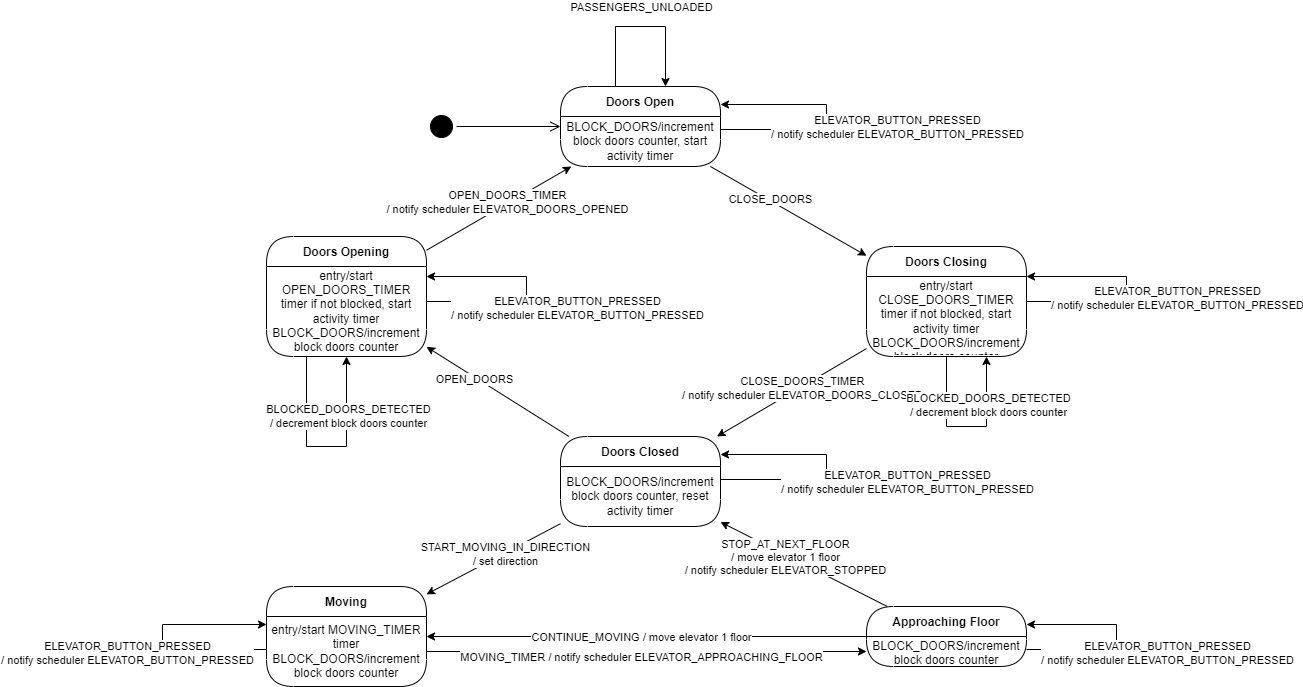
Before: UML_Diagrams/UML_State_Diagram-Elevator.drawio.png, a diagram exported from draw.io (robsim378/sysc_3303_project). Source tidied: cells renumbered, new cells last; positions are measured from the earlier drawing's top-left corner, leaving out a move shared by most shapes.
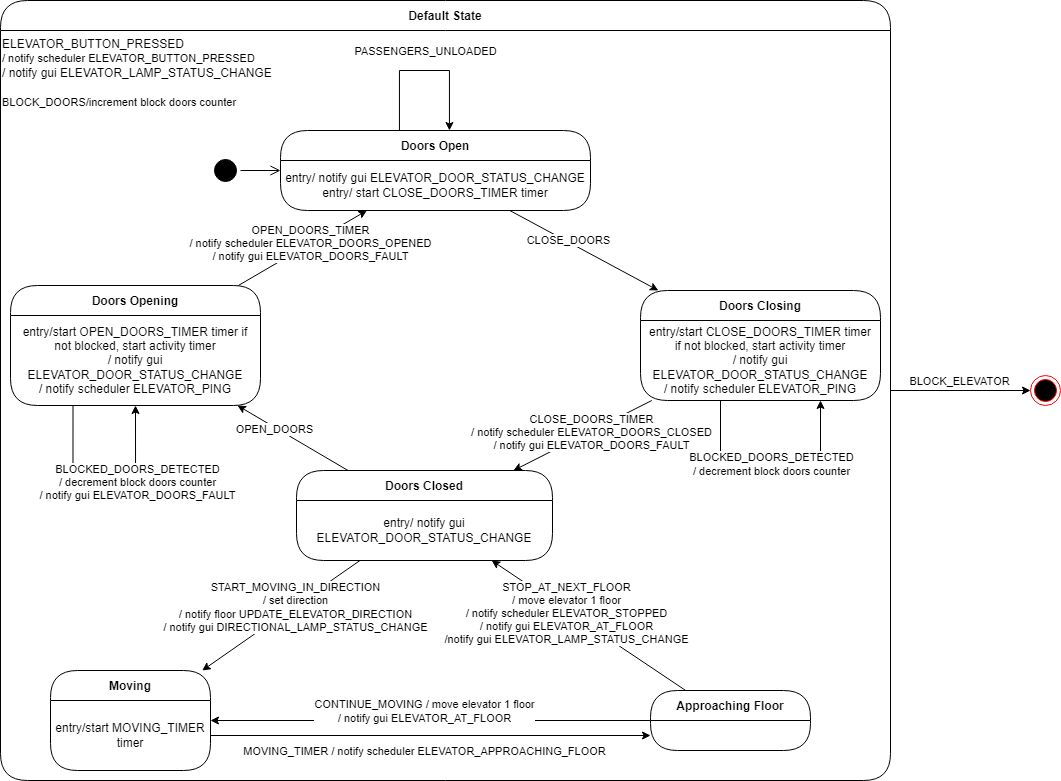
The same diagram one commit later.

Change to the diagram source:
```diff
@@ -2,6 +2,20 @@
   <root>
     <mxCell id="0" />
     <mxCell id="1" parent="0" />
+    <mxCell id="50" value="Default State" style="swimlane;fontStyle=1;align=center;verticalAlign=middle;horizontal=1;startSize=30;fontColor=#000000;rounded=1;arcSize=30;strokeColor=#000000;fillColor=#FFFFFF;swimlaneFillColor=#FFFFFF;" parent="1" vertex="1">
+      <mxGeometry x="54" y="-70" width="890" height="780" as="geometry" />
+    </mxCell>
+    <mxCell id="51" value="ELEVATOR_BUTTON_PRESSED&lt;br style=&quot;border-color: var(--border-color); font-size: 11px; text-align: center;&quot;&gt;&lt;span style=&quot;font-size: 11px; text-align: center; background-color: rgb(255, 255, 255);&quot;&gt;/ notify scheduler ELEVATOR_BUTTON_PRESSED&lt;/span&gt;&lt;br style=&quot;border-color: var(--border-color); font-size: 11px; text-align: center;&quot;&gt;/ notify gui ELEVATOR_LAMP_STATUS_CHANGE&lt;br&gt;&lt;br&gt;&lt;span style=&quot;font-size: 11px; text-align: center; background-color: rgb(255, 255, 255);&quot;&gt;BLOCK_DOORS/increment block doors counter&lt;/span&gt;&lt;span style=&quot;font-size: 11px; text-align: center; background-color: rgb(255, 255, 255);&quot;&gt;&lt;br&gt;&lt;/span&gt;" style="text;html=1;strokeColor=none;fillColor=none;align=left;verticalAlign=top;whiteSpace=wrap;rounded=0;" parent="1" vertex="1">
+      <mxGeometry x="54" y="-40" width="890" height="750" as="geometry" />
+    </mxCell>
+    <mxCell id="52" style="edgeStyle=orthogonalEdgeStyle;rounded=0;jettySize=auto;html=1;" parent="1" edge="1" source="50" target="54">
+      <mxGeometry relative="1" as="geometry" />
+    </mxCell>
+    <mxCell id="53" value="BLOCK_ELEVATOR" style="edgeLabel;html=1;align=center;verticalAlign=middle;" parent="52" vertex="1">
+      <mxGeometry x="-0.26" relative="1" as="geometry">
+        <mxPoint x="17" y="-10" as="offset" />
+      </mxGeometry>
+    </mxCell>
     <mxCell id="2" style="edgeStyle=none;rounded=0;jettySize=auto;html=1;" parent="1" edge="1" source="4" target="14">
       <mxGeometry relative="1" as="geometry" />
     </mxCell>
@@ -9,22 +23,22 @@
       <mxGeometry x="-0.24" y="2" relative="1" as="geometry" />
     </mxCell>
     <mxCell id="4" value="Doors Open" style="swimlane;fontStyle=1;align=center;verticalAlign=middle;horizontal=1;startSize=30;fontColor=#000000;rounded=1;arcSize=30;strokeColor=#000000;fillColor=#FFFFFF;swimlaneFillColor=#FFFFFF;" parent="1" vertex="1">
-      <mxGeometry x="398" y="60" width="160" height="80" as="geometry" />
+      <mxGeometry x="334" y="60" width="310" height="80" as="geometry" />
     </mxCell>
-    <mxCell id="5" value="BLOCK_DOORS/increment block doors counter, start activity timer" style="text;html=1;strokeColor=none;fillColor=none;align=center;verticalAlign=middle;spacingLeft=4;spacingRight=4;whiteSpace=wrap;overflow=hidden;fontColor=#000000;" parent="4" vertex="1">
-      <mxGeometry y="30" width="160" height="50" as="geometry" />
+    <mxCell id="5" value="entry/ notify gui ELEVATOR_DOOR_STATUS_CHANGE&lt;br&gt;entry/ start CLOSE_DOORS_TIMER timer" style="text;html=1;strokeColor=none;fillColor=none;align=center;verticalAlign=middle;spacingLeft=4;spacingRight=4;whiteSpace=wrap;overflow=hidden;fontColor=#000000;" parent="4" vertex="1">
+      <mxGeometry y="30" width="310" height="50" as="geometry" />
     </mxCell>
     <mxCell id="6" style="edgeStyle=none;rounded=0;jettySize=auto;html=1;" parent="1" edge="1" source="8" target="4">
       <mxGeometry relative="1" as="geometry" />
     </mxCell>
-    <mxCell id="7" value="OPEN_DOORS_TIMER&lt;br&gt;/ notify scheduler ELEVATOR_DOORS_OPENED" style="edgeLabel;html=1;align=center;verticalAlign=middle;" parent="6" vertex="1">
+    <mxCell id="7" value="OPEN_DOORS_TIMER&lt;br&gt;/ notify scheduler ELEVATOR_DOORS_OPENED&lt;br&gt;/ notify gui ELEVATOR_DOORS_FAULT" style="edgeLabel;html=1;align=center;verticalAlign=middle;" parent="6" vertex="1">
       <mxGeometry x="0.12" y="1" relative="1" as="geometry" />
     </mxCell>
     <mxCell id="8" value="Doors Opening" style="swimlane;fontStyle=1;align=center;verticalAlign=middle;horizontal=1;startSize=30;fontColor=#000000;rounded=1;arcSize=30;strokeColor=#000000;fillColor=#FFFFFF;swimlaneFillColor=#FFFFFF;" parent="1" vertex="1">
-      <mxGeometry x="104" y="210" width="160" height="120" as="geometry" />
+      <mxGeometry x="64" y="215" width="250" height="120" as="geometry" />
     </mxCell>
-    <mxCell id="9" value="entry/start OPEN_DOORS_TIMER timer if not blocked, start activity timer&lt;br&gt;BLOCK_DOORS/increment block doors counter" style="text;html=1;strokeColor=none;fillColor=none;align=center;verticalAlign=middle;spacingLeft=4;spacingRight=4;whiteSpace=wrap;overflow=hidden;fontColor=#000000;" parent="8" vertex="1">
-      <mxGeometry y="30" width="160" height="90" as="geometry" />
+    <mxCell id="9" value="entry/start OPEN_DOORS_TIMER timer if not blocked, start activity timer&lt;br&gt;/ notify gui ELEVATOR_DOOR_STATUS_CHANGE&lt;br&gt;/ notify scheduler ELEVATOR_PING" style="text;html=1;strokeColor=none;fillColor=none;align=center;verticalAlign=middle;spacingLeft=4;spacingRight=4;whiteSpace=wrap;overflow=hidden;fontColor=#000000;" parent="8" vertex="1">
+      <mxGeometry y="30" width="250" height="90" as="geometry" />
     </mxCell>
     <mxCell id="10" style="edgeStyle=orthogonalEdgeStyle;rounded=0;orthogonalLoop=1;jettySize=auto;html=1;entryX=0.5;entryY=1;entryDx=0;entryDy=0;exitX=0.25;exitY=1;exitDx=0;exitDy=0;" parent="8" edge="1" source="9" target="9">
       <mxGeometry relative="1" as="geometry">
@@ -34,36 +48,38 @@
         </Array>
       </mxGeometry>
     </mxCell>
-    <mxCell id="11" value="BLOCKED_DOORS_DETECTED&lt;br&gt;/ decrement block doors counter" style="edgeLabel;html=1;align=center;verticalAlign=middle;" parent="10" vertex="1">
+    <mxCell id="11" value="BLOCKED_DOORS_DETECTED&lt;br&gt;/ decrement block doors counter&lt;br&gt;/ notify gui ELEVATOR_DOORS_FAULT" style="edgeLabel;html=1;align=center;verticalAlign=middle;" parent="10" vertex="1">
       <mxGeometry x="0.47" y="-1" relative="1" as="geometry" />
     </mxCell>
     <mxCell id="12" style="edgeStyle=none;rounded=0;jettySize=auto;html=1;" parent="1" edge="1" source="14" target="22">
       <mxGeometry relative="1" as="geometry" />
     </mxCell>
-    <mxCell id="13" value="CLOSE_DOORS_TIMER&lt;br&gt;/ notify scheduler ELEVATOR_DOORS_CLOSED" style="edgeLabel;html=1;align=center;verticalAlign=middle;" parent="12" vertex="1">
+    <mxCell id="13" value="CLOSE_DOORS_TIMER&lt;br&gt;/ notify scheduler ELEVATOR_DOORS_CLOSED&lt;br&gt;/ notify gui ELEVATOR_DOORS_FAULT" style="edgeLabel;html=1;align=center;verticalAlign=middle;" parent="12" vertex="1">
       <mxGeometry x="-0.12" y="1" relative="1" as="geometry" />
     </mxCell>
     <mxCell id="14" value="Doors Closing" style="swimlane;fontStyle=1;align=center;verticalAlign=middle;horizontal=1;startSize=30;fontColor=#000000;rounded=1;arcSize=30;strokeColor=#000000;fillColor=#FFFFFF;swimlaneFillColor=#FFFFFF;" parent="1" vertex="1">
-      <mxGeometry x="704" y="220" width="160" height="110" as="geometry" />
+      <mxGeometry x="694" y="220" width="240" height="110" as="geometry" />
     </mxCell>
-    <mxCell id="15" value="entry/start CLOSE_DOORS_TIMER timer if not blocked, start activity timer&lt;br&gt;BLOCK_DOORS/increment block doors counter" style="text;html=1;strokeColor=none;fillColor=none;align=center;verticalAlign=middle;spacingLeft=4;spacingRight=4;whiteSpace=wrap;overflow=hidden;fontColor=#000000;" parent="14" vertex="1">
-      <mxGeometry y="30" width="160" height="80" as="geometry" />
+    <mxCell id="15" value="entry/start CLOSE_DOORS_TIMER timer if not blocked, start activity timer&lt;br&gt;/ notify gui ELEVATOR_DOOR_STATUS_CHANGE&lt;br&gt;/ notify scheduler ELEVATOR_PING" style="text;html=1;strokeColor=none;fillColor=none;align=center;verticalAlign=middle;spacingLeft=4;spacingRight=4;whiteSpace=wrap;overflow=hidden;fontColor=#000000;" parent="14" vertex="1">
+      <mxGeometry y="30" width="240" height="80" as="geometry" />
     </mxCell>
     <mxCell id="16" style="edgeStyle=orthogonalEdgeStyle;rounded=0;jettySize=auto;html=1;entryX=0.75;entryY=1;entryDx=0;entryDy=0;" parent="14" edge="1" source="14" target="15">
       <mxGeometry relative="1" as="geometry">
         <Array as="points">
           <mxPoint x="80" y="180" />
-          <mxPoint x="120" y="180" />
+          <mxPoint x="180" y="180" />
         </Array>
       </mxGeometry>
     </mxCell>
     <mxCell id="17" value="BLOCKED_DOORS_DETECTED&lt;br&gt;/ decrement block doors counter" style="edgeLabel;html=1;align=center;verticalAlign=middle;" parent="16" vertex="1">
-      <mxGeometry x="0.47" y="-1" relative="1" as="geometry" />
+      <mxGeometry x="0.47" y="-1" relative="1" as="geometry">
+        <mxPoint x="-51" as="offset" />
+      </mxGeometry>
     </mxCell>
     <mxCell id="18" style="edgeStyle=none;rounded=0;jettySize=auto;html=1;" parent="1" edge="1" source="22" target="28">
       <mxGeometry relative="1" as="geometry" />
     </mxCell>
-    <mxCell id="19" value="START_MOVING_IN_DIRECTION&lt;br&gt;/ set direction" style="edgeLabel;html=1;align=center;verticalAlign=middle;" parent="18" vertex="1">
+    <mxCell id="19" value="START_MOVING_IN_DIRECTION&lt;br&gt;/ set direction&lt;br&gt;/ notify floor UPDATE_ELEVATOR_DIRECTION&lt;br&gt;/ notify gui DIRECTIONAL_LAMP_STATUS_CHANGE" style="edgeLabel;html=1;align=center;verticalAlign=middle;" parent="18" vertex="1">
       <mxGeometry x="-0.17" y="1" relative="1" as="geometry" />
     </mxCell>
     <mxCell id="20" style="edgeStyle=none;rounded=0;jettySize=auto;html=1;" parent="1" edge="1" source="22" target="8">
@@ -73,58 +89,44 @@
       <mxGeometry x="0.32" y="2" relative="1" as="geometry" />
     </mxCell>
     <mxCell id="22" value="Doors Closed" style="swimlane;fontStyle=1;align=center;verticalAlign=middle;horizontal=1;startSize=30;fontColor=#000000;rounded=1;arcSize=30;strokeColor=#000000;fillColor=#FFFFFF;swimlaneFillColor=#FFFFFF;" parent="1" vertex="1">
-      <mxGeometry x="398" y="410" width="160" height="90" as="geometry" />
+      <mxGeometry x="350" y="400" width="256" height="90" as="geometry" />
     </mxCell>
-    <mxCell id="23" value="BLOCK_DOORS/increment block doors counter, reset activity timer" style="text;html=1;strokeColor=none;fillColor=none;align=center;verticalAlign=middle;spacingLeft=4;spacingRight=4;whiteSpace=wrap;overflow=hidden;fontColor=#000000;" parent="22" vertex="1">
-      <mxGeometry y="30" width="160" height="60" as="geometry" />
+    <mxCell id="23" value="entry/ notify gui ELEVATOR_DOOR_STATUS_CHANGE" style="text;html=1;strokeColor=none;fillColor=none;align=center;verticalAlign=middle;spacingLeft=4;spacingRight=4;whiteSpace=wrap;overflow=hidden;fontColor=#000000;" parent="22" vertex="1">
+      <mxGeometry y="30" width="256" height="60" as="geometry" />
     </mxCell>
-    <mxCell id="24" style="edgeStyle=orthogonalEdgeStyle;rounded=0;jettySize=auto;html=1;" parent="22" edge="1" source="23" target="22">
-      <mxGeometry relative="1" as="geometry">
-        <Array as="points">
-          <mxPoint x="266" y="43" />
-          <mxPoint x="266" y="18" />
-        </Array>
-      </mxGeometry>
-    </mxCell>
-    <mxCell id="25" value="ELEVATOR_BUTTON_PRESSED&lt;br style=&quot;border-color: var(--border-color);&quot;&gt;/ notify scheduler ELEVATOR_BUTTON_PRESSED" style="edgeLabel;html=1;align=center;verticalAlign=middle;" parent="24" vertex="1">
-      <mxGeometry relative="1" as="geometry">
-        <mxPoint x="80" y="14" as="offset" />
-      </mxGeometry>
-    </mxCell>
-    <mxCell id="26" style="edgeStyle=none;rounded=0;jettySize=auto;html=1;" parent="1" edge="1" source="29" target="35">
-      <mxGeometry relative="1" as="geometry" />
+    <mxCell id="26" style="edgeStyle=none;rounded=0;jettySize=auto;html=1;" parent="1" edge="1" source="29">
+      <mxGeometry relative="1" as="geometry">
+        <mxPoint x="704" y="665" as="targetPoint" />
+      </mxGeometry>
     </mxCell>
     <mxCell id="27" value="MOVING_TIMER / notify scheduler ELEVATOR_APPROACHING_FLOOR" style="edgeLabel;html=1;align=center;verticalAlign=middle;" parent="26" vertex="1">
       <mxGeometry x="-0.46" y="-1" relative="1" as="geometry">
-        <mxPoint x="95" y="4" as="offset" />
+        <mxPoint x="95" y="14" as="offset" />
       </mxGeometry>
     </mxCell>
     <mxCell id="28" value="Moving" style="swimlane;fontStyle=1;align=center;verticalAlign=middle;horizontal=1;startSize=30;fontColor=#000000;rounded=1;arcSize=30;strokeColor=#000000;fillColor=#FFFFFF;swimlaneFillColor=#FFFFFF;" parent="1" vertex="1">
-      <mxGeometry x="104" y="560" width="160" height="100" as="geometry" />
+      <mxGeometry x="104" y="600" width="160" height="100" as="geometry" />
     </mxCell>
-    <mxCell id="29" value="entry/start MOVING_TIMER timer&lt;br&gt;BLOCK_DOORS/increment block doors counter" style="text;html=1;strokeColor=none;fillColor=none;align=center;verticalAlign=middle;spacingLeft=4;spacingRight=4;whiteSpace=wrap;overflow=hidden;fontColor=#000000;" parent="28" vertex="1">
+    <mxCell id="29" value="entry/start MOVING_TIMER timer&lt;br&gt;" style="text;html=1;strokeColor=none;fillColor=none;align=center;verticalAlign=middle;spacingLeft=4;spacingRight=4;whiteSpace=wrap;overflow=hidden;fontColor=#000000;" parent="28" vertex="1">
       <mxGeometry y="30" width="160" height="70" as="geometry" />
     </mxCell>
     <mxCell id="30" style="edgeStyle=none;rounded=0;jettySize=auto;html=1;" parent="1" edge="1" source="34" target="28">
       <mxGeometry relative="1" as="geometry" />
     </mxCell>
-    <mxCell id="31" value="CONTINUE_MOVING / move elevator 1 floor" style="edgeLabel;html=1;align=center;verticalAlign=middle;" parent="30" vertex="1">
+    <mxCell id="31" value="CONTINUE_MOVING / move elevator 1 floor&lt;br&gt;/ notify gui ELEVATOR_AT_FLOOR" style="edgeLabel;html=1;align=center;verticalAlign=middle;" parent="30" vertex="1">
       <mxGeometry x="0.38" y="-2" relative="1" as="geometry">
-        <mxPoint x="78" y="2" as="offset" />
+        <mxPoint x="78" y="-8" as="offset" />
       </mxGeometry>
     </mxCell>
     <mxCell id="32" style="edgeStyle=none;rounded=0;jettySize=auto;html=1;" parent="1" edge="1" source="34" target="22">
       <mxGeometry relative="1" as="geometry" />
     </mxCell>
-    <mxCell id="33" value="STOP_AT_NEXT_FLOOR&lt;br&gt;/ move elevator 1 floor&lt;br&gt;/ notify scheduler ELEVATOR_STOPPED" style="edgeLabel;html=1;align=center;verticalAlign=middle;" parent="32" vertex="1">
+    <mxCell id="33" value="STOP_AT_NEXT_FLOOR&lt;br&gt;/ move elevator 1 floor&lt;br&gt;/ notify scheduler ELEVATOR_STOPPED&lt;br&gt;/ notify gui ELEVATOR_AT_FLOOR&lt;br&gt;/notify gui ELEVATOR_LAMP_STATUS_CHANGE" style="edgeLabel;html=1;align=center;verticalAlign=middle;" parent="32" vertex="1">
       <mxGeometry x="0.22" y="2" relative="1" as="geometry" />
     </mxCell>
     <mxCell id="34" value="Approaching Floor" style="swimlane;fontStyle=1;align=center;verticalAlign=middle;horizontal=1;startSize=30;fontColor=#000000;rounded=1;arcSize=30;strokeColor=#000000;fillColor=#FFFFFF;swimlaneFillColor=#FFFFFF;" parent="1" vertex="1">
-      <mxGeometry x="704" y="580" width="160" height="60" as="geometry" />
+      <mxGeometry x="704" y="620" width="160" height="60" as="geometry" />
     </mxCell>
-    <mxCell id="35" value="BLOCK_DOORS/increment block doors counter" style="text;html=1;strokeColor=none;fillColor=none;align=center;verticalAlign=middle;spacingLeft=4;spacingRight=4;whiteSpace=wrap;overflow=hidden;fontColor=#000000;" parent="34" vertex="1">
-      <mxGeometry y="30" width="160" height="30" as="geometry" />
-    </mxCell>
     <mxCell id="36" style="edgeStyle=orthogonalEdgeStyle;rounded=0;orthogonalLoop=1;jettySize=auto;html=1;" parent="1" edge="1" source="4" target="4">
       <mxGeometry relative="1" as="geometry">
         <Array as="points">
@@ -138,76 +140,14 @@
         <mxPoint x="-22" y="-20" as="offset" />
       </mxGeometry>
     </mxCell>
-    <mxCell id="38" style="edgeStyle=orthogonalEdgeStyle;rounded=0;orthogonalLoop=1;jettySize=auto;html=1;" parent="1" edge="1" source="14" target="14">
-      <mxGeometry relative="1" as="geometry">
-        <Array as="points">
-          <mxPoint x="964" y="275" />
-          <mxPoint x="964" y="250" />
-        </Array>
-      </mxGeometry>
-    </mxCell>
-    <mxCell id="39" value="ELEVATOR_BUTTON_PRESSED&lt;br style=&quot;border-color: var(--border-color);&quot;&gt;/ notify scheduler ELEVATOR_BUTTON_PRESSED" style="edgeLabel;html=1;align=center;verticalAlign=middle;" parent="38" vertex="1">
-      <mxGeometry relative="1" as="geometry">
-        <mxPoint x="50" y="8" as="offset" />
-      </mxGeometry>
-    </mxCell>
-    <mxCell id="40" style="edgeStyle=orthogonalEdgeStyle;rounded=0;orthogonalLoop=1;jettySize=auto;html=1;" parent="1" edge="1" source="4" target="4">
-      <mxGeometry relative="1" as="geometry">
-        <Array as="points">
-          <mxPoint x="664" y="103" />
-          <mxPoint x="664" y="78" />
-        </Array>
-      </mxGeometry>
-    </mxCell>
-    <mxCell id="41" value="ELEVATOR_BUTTON_PRESSED&lt;br style=&quot;border-color: var(--border-color);&quot;&gt;/ notify scheduler ELEVATOR_BUTTON_PRESSED" style="edgeLabel;html=1;align=center;verticalAlign=middle;" parent="40" vertex="1">
-      <mxGeometry relative="1" as="geometry">
-        <mxPoint x="70" y="9" as="offset" />
-      </mxGeometry>
-    </mxCell>
-    <mxCell id="42" style="edgeStyle=orthogonalEdgeStyle;rounded=0;orthogonalLoop=1;jettySize=auto;html=1;" parent="1" edge="1" source="8" target="8">
-      <mxGeometry relative="1" as="geometry">
-        <Array as="points">
-          <mxPoint x="364" y="275" />
-          <mxPoint x="364" y="250" />
-        </Array>
-      </mxGeometry>
-    </mxCell>
-    <mxCell id="43" value="ELEVATOR_BUTTON_PRESSED&lt;br style=&quot;border-color: var(--border-color);&quot;&gt;/ notify scheduler ELEVATOR_BUTTON_PRESSED" style="edgeLabel;html=1;align=center;verticalAlign=middle;" parent="42" vertex="1">
-      <mxGeometry relative="1" as="geometry">
-        <mxPoint x="50" y="18" as="offset" />
-      </mxGeometry>
-    </mxCell>
-    <mxCell id="44" style="edgeStyle=orthogonalEdgeStyle;rounded=0;orthogonalLoop=1;jettySize=auto;html=1;" parent="1" edge="1" source="34" target="34">
-      <mxGeometry relative="1" as="geometry">
-        <Array as="points">
-          <mxPoint x="954" y="623" />
-          <mxPoint x="954" y="598" />
-        </Array>
-      </mxGeometry>
-    </mxCell>
-    <mxCell id="45" value="ELEVATOR_BUTTON_PRESSED&lt;br style=&quot;border-color: var(--border-color);&quot;&gt;/ notify scheduler ELEVATOR_BUTTON_PRESSED" style="edgeLabel;html=1;align=center;verticalAlign=middle;" parent="44" vertex="1">
-      <mxGeometry relative="1" as="geometry">
-        <mxPoint x="50" y="15" as="offset" />
-      </mxGeometry>
-    </mxCell>
-    <mxCell id="46" style="edgeStyle=orthogonalEdgeStyle;rounded=0;orthogonalLoop=1;jettySize=auto;html=1;" parent="1" edge="1" source="28" target="28">
-      <mxGeometry relative="1" as="geometry">
-        <Array as="points">
-          <mxPoint y="623" />
-          <mxPoint y="598" />
-        </Array>
-      </mxGeometry>
-    </mxCell>
-    <mxCell id="47" value="ELEVATOR_BUTTON_PRESSED&lt;br style=&quot;border-color: var(--border-color);&quot;&gt;/ notify scheduler ELEVATOR_BUTTON_PRESSED" style="edgeLabel;html=1;align=center;verticalAlign=middle;" parent="46" vertex="1">
-      <mxGeometry relative="1" as="geometry">
-        <mxPoint x="-36" y="15" as="offset" />
-      </mxGeometry>
-    </mxCell>
     <mxCell id="48" style="ellipse;html=1;shape=startState;fillColor=#000000;strokeColor=#000000;" parent="1" vertex="1">
       <mxGeometry x="264" y="85" width="30" height="30" as="geometry" />
     </mxCell>
     <mxCell id="49" style="html=1;verticalAlign=bottom;endArrow=open;endSize=8;strokeColor=#000000;rounded=0;entryX=0;entryY=0.5;entryDx=0;entryDy=0;" parent="1" edge="1" source="48" target="4">
       <mxGeometry relative="1" as="geometry" />
     </mxCell>
+    <mxCell id="54" style="ellipse;html=1;shape=endState;fillColor=#000000;strokeColor=#ff0000;" parent="1" vertex="1">
+      <mxGeometry x="1084" y="305" width="30" height="30" as="geometry" />
+    </mxCell>
   </root>
 </mxGraphModel>
```
